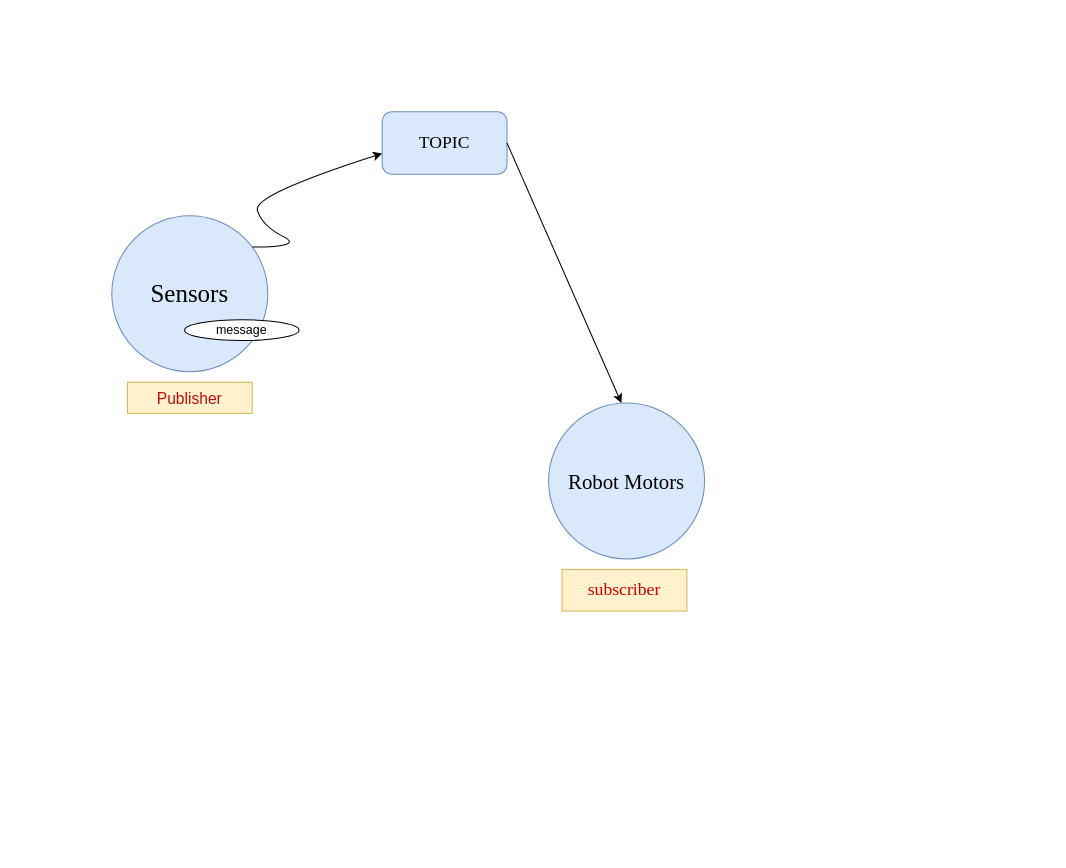
This is robots.drawio from Mahmoud20301/Task1, a draw.io file, before an edit. Source tidied: cells renumbered, new cells numbered last; positions are measured from the earlier drawing's top-left corner, leaving out a move shared by most shapes. Both pictures are drawn from the tidied source at 104%, with x=0, y=0 at pixel (111, 111).
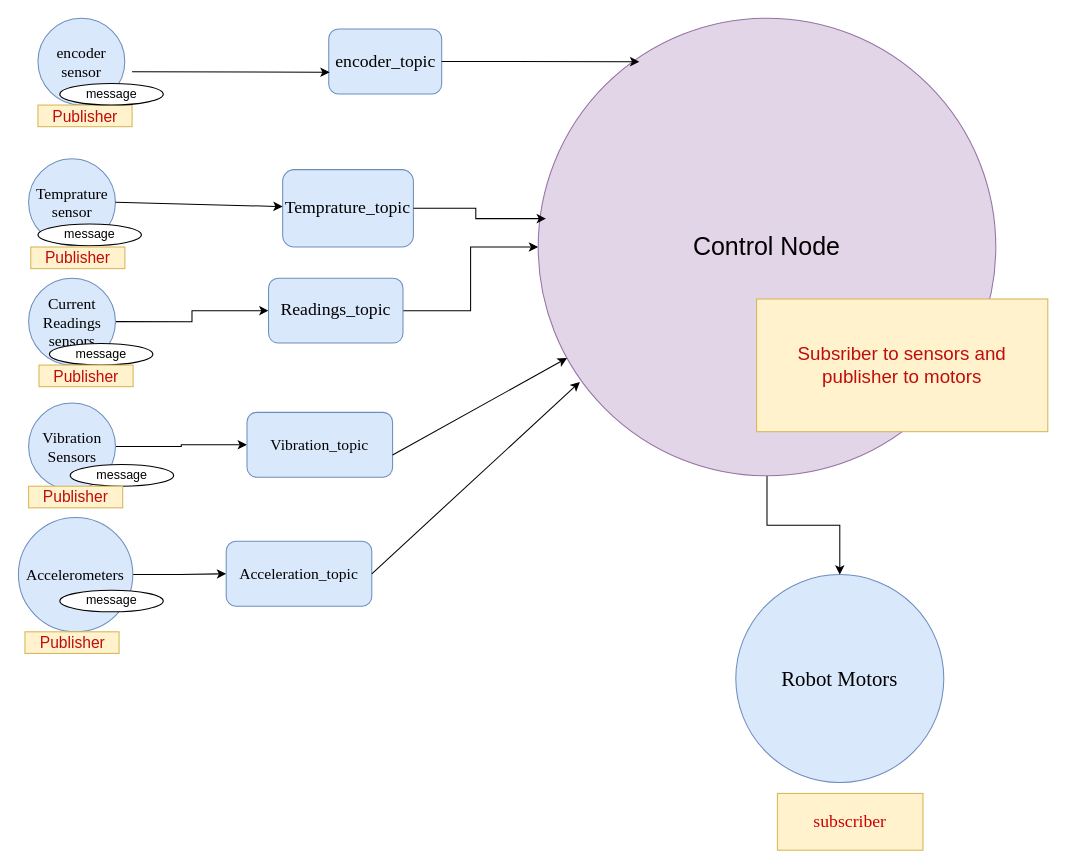
After the change.

What changed in the source:
```diff
@@
+    <mxCell id="7" value="Robot Motors" style="ellipse;whiteSpace=wrap;html=1;fontFamily=Times New Roman;fontSize=20;fillColor=#dae8fc;strokeColor=#6c8ebf;" parent="1" vertex="1">
+      <mxGeometry x="600" y="445" width="200" height="200" as="geometry" />
+    </mxCell>
+    <mxCell id="9" value="subscriber" style="rounded=0;whiteSpace=wrap;html=1;fontFamily=Times New Roman;fontSize=17;fillColor=#fff2cc;strokeColor=#d6b656;fontColor=#CC0000;" parent="1" vertex="1">
+      <mxGeometry x="640" y="655.4" width="140" height="54.6" as="geometry" />
+    </mxCell>
+    <mxCell id="10" style="group;" parent="1" vertex="1">
+      <mxGeometry x="-80" y="-90" width="570" height="260" as="geometry" />
+    </mxCell>
-    <mxCell id="2" value="Sensors" style="ellipse;whiteSpace=wrap;html=1;fontFamily=Times New Roman;fontSize=24;fillColor=#dae8fc;strokeColor=#6c8ebf;" parent="1" vertex="1">
-      <mxGeometry y="100" width="150" height="150" as="geometry" />
+    <mxCell id="2" value="encoder sensor" style="ellipse;whiteSpace=wrap;html=1;fontFamily=Times New Roman;fontSize=15;fillColor=#dae8fc;strokeColor=#6c8ebf;" parent="10" vertex="1">
+      <mxGeometry x="9" width="83.5" height="83.5" as="geometry" />
     </mxCell>
-    <mxCell id="3" value="Publisher" style="text;html=1;align=center;verticalAlign=middle;whiteSpace=wrap;rounded=0;fontSize=15;fillColor=#fff2cc;strokeColor=#d6b656;fontColor=#bf0d0d;" parent="1" vertex="1">
-      <mxGeometry x="15" y="260" width="120" height="30" as="geometry" />
+    <mxCell id="3" value="Publisher" style="text;html=1;align=center;verticalAlign=middle;whiteSpace=wrap;rounded=0;fontSize=15;fillColor=#fff2cc;strokeColor=#d6b656;fontColor=#bf0d0d;" parent="10" vertex="1">
+      <mxGeometry x="9" y="83.5" width="90.5" height="20.8" as="geometry" />
     </mxCell>
-    <mxCell id="4" value="message" style="ellipse;whiteSpace=wrap;html=1;" parent="1" vertex="1">
-      <mxGeometry x="70" y="200" width="110" height="20" as="geometry" />
+    <mxCell id="4" value="message" style="ellipse;whiteSpace=wrap;html=1;" parent="10" vertex="1">
+      <mxGeometry x="30" y="62.7" width="99.5" height="20.8" as="geometry" />
     </mxCell>
-    <mxCell id="5" style="curved=1;endArrow=classic;html=1;rounded=0;" parent="1" edge="1">
-      <mxGeometry relative="1" as="geometry">
-        <mxPoint x="135" y="130" as="sourcePoint" />
-        <mxPoint x="260" y="40" as="targetPoint" />
-        <Array as="points">
-          <mxPoint x="185" y="130" />
-          <mxPoint x="145" y="110" />
-          <mxPoint x="135" y="80" />
-        </Array>
-      </mxGeometry>
-    </mxCell>
-    <mxCell id="6" value="TOPIC" style="rounded=1;whiteSpace=wrap;html=1;fontFamily=Times New Roman;fontSize=17;fillColor=#dae8fc;strokeColor=#6c8ebf;" parent="1" vertex="1">
-      <mxGeometry x="260" width="120" height="60" as="geometry" />
+    <mxCell id="6" value="encoder_topic" style="rounded=1;whiteSpace=wrap;html=1;fontFamily=Times New Roman;fontSize=17;fillColor=#dae8fc;strokeColor=#6c8ebf;" parent="10" vertex="1">
+      <mxGeometry x="288.6" y="10.4" width="108.6" height="62.4" as="geometry" />
     </mxCell>
-    <mxCell id="7" value="Robot Motors" style="ellipse;whiteSpace=wrap;html=1;fontFamily=Times New Roman;fontSize=20;fillColor=#dae8fc;strokeColor=#6c8ebf;" parent="1" vertex="1">
-      <mxGeometry x="420" y="280" width="150" height="150" as="geometry" />
-    </mxCell>
-    <mxCell id="8" style="endArrow=classic;html=1;rounded=0;exitX=1;exitY=0.5;exitDx=0;exitDy=0;" parent="1" edge="1" source="6">
-      <mxGeometry relative="1" as="geometry">
-        <mxPoint x="490" y="280" as="targetPoint" />
-      </mxGeometry>
-    </mxCell>
-    <mxCell id="9" value="subscriber" style="rounded=0;whiteSpace=wrap;html=1;fontFamily=Times New Roman;fontSize=17;fillColor=#fff2cc;strokeColor=#d6b656;fontColor=#CC0000;" parent="1" vertex="1">
-      <mxGeometry x="433" y="440" width="120" height="40" as="geometry" />
-    </mxCell>
+    <mxCell id="11" style="endArrow=classic;html=1;rounded=0;" parent="10" edge="1">
+      <mxGeometry relative="1" as="geometry">
+        <mxPoint x="99.5" y="51.5" as="sourcePoint" />
+        <mxPoint x="289.5" y="52" as="targetPoint" />
+      </mxGeometry>
+    </mxCell>
+    <mxCell id="12" value="Temprature sensor" style="ellipse;whiteSpace=wrap;html=1;fontFamily=Times New Roman;fontSize=15;fillColor=#dae8fc;strokeColor=#6c8ebf;" parent="10" vertex="1">
+      <mxGeometry y="135.2" width="83.5" height="83.5" as="geometry" />
+    </mxCell>
+    <mxCell id="13" value="message" style="ellipse;whiteSpace=wrap;html=1;" parent="10" vertex="1">
+      <mxGeometry x="9" y="197.9" width="99.5" height="20.8" as="geometry" />
+    </mxCell>
+    <mxCell id="14" value="Publisher" style="text;html=1;align=center;verticalAlign=middle;whiteSpace=wrap;rounded=0;fontSize=15;fillColor=#fff2cc;strokeColor=#d6b656;fontColor=#bf0d0d;" parent="10" vertex="1">
+      <mxGeometry x="2.1" y="220" width="90.5" height="20.8" as="geometry" />
+    </mxCell>
+    <mxCell id="15" value="Temprature_topic" style="rounded=1;whiteSpace=wrap;html=1;fontFamily=Times New Roman;fontSize=17;fillColor=#dae8fc;strokeColor=#6c8ebf;" parent="10" vertex="1">
+      <mxGeometry x="244.3" y="145.6" width="125.7" height="74.4" as="geometry" />
+    </mxCell>
+    <mxCell id="16" style="endArrow=classic;html=1;rounded=0;exitX=1;exitY=0.5;exitDx=0;exitDy=0;" parent="10" edge="1" source="12" target="15">
+      <mxGeometry relative="1" as="geometry" />
+    </mxCell>
+    <mxCell id="17" style="edgeStyle=orthogonalEdgeStyle;rounded=0;jettySize=auto;html=1;exitX=1;exitY=0.5;exitDx=0;exitDy=0;entryX=0;entryY=0.5;entryDx=0;entryDy=0;" parent="1" edge="1" source="18" target="22">
+      <mxGeometry relative="1" as="geometry" />
+    </mxCell>
+    <mxCell id="18" value="Current Readings sensors" style="ellipse;whiteSpace=wrap;html=1;fontFamily=Times New Roman;fontSize=15;fillColor=#dae8fc;strokeColor=#6c8ebf;" parent="1" vertex="1">
+      <mxGeometry x="-80" y="160" width="83.5" height="83.5" as="geometry" />
+    </mxCell>
+    <mxCell id="19" value="message" style="ellipse;whiteSpace=wrap;html=1;" parent="1" vertex="1">
+      <mxGeometry x="-60" y="222.7" width="99.5" height="20.8" as="geometry" />
+    </mxCell>
+    <mxCell id="20" value="Publisher" style="text;html=1;align=center;verticalAlign=middle;whiteSpace=wrap;rounded=0;fontSize=15;fillColor=#fff2cc;strokeColor=#d6b656;fontColor=#bf0d0d;" parent="1" vertex="1">
+      <mxGeometry x="-70" y="243.5" width="90.5" height="20.8" as="geometry" />
+    </mxCell>
+    <mxCell id="21" style="edgeStyle=orthogonalEdgeStyle;rounded=0;jettySize=auto;html=1;exitX=1;exitY=0.5;exitDx=0;exitDy=0;" parent="1" edge="1" source="22" target="26">
+      <mxGeometry relative="1" as="geometry" />
+    </mxCell>
+    <mxCell id="22" value="Readings_topic" style="rounded=1;whiteSpace=wrap;html=1;fontFamily=Times New Roman;fontSize=17;fillColor=#dae8fc;strokeColor=#6c8ebf;" parent="1" vertex="1">
+      <mxGeometry x="150.7" y="160" width="129.3" height="62.4" as="geometry" />
+    </mxCell>
+    <mxCell id="23" style="edgeStyle=orthogonalEdgeStyle;rounded=0;jettySize=auto;html=1;exitX=1;exitY=0.5;exitDx=0;exitDy=0;" parent="1" edge="1" source="24" target="30">
+      <mxGeometry relative="1" as="geometry" />
+    </mxCell>
+    <mxCell id="24" value="Vibration Sensors" style="ellipse;whiteSpace=wrap;html=1;fontFamily=Times New Roman;fontSize=15;fillColor=#dae8fc;strokeColor=#6c8ebf;" parent="1" vertex="1">
+      <mxGeometry x="-80" y="280" width="83.5" height="83.5" as="geometry" />
+    </mxCell>
+    <mxCell id="25" style="edgeStyle=orthogonalEdgeStyle;rounded=0;jettySize=auto;html=1;exitX=0.5;exitY=1;exitDx=0;exitDy=0;entryX=0.5;entryY=0;entryDx=0;entryDy=0;" parent="1" edge="1" source="26" target="7">
+      <mxGeometry relative="1" as="geometry" />
+    </mxCell>
+    <mxCell id="26" value="Control Node" style="ellipse;whiteSpace=wrap;html=1;fontSize=24;fillColor=#e1d5e7;strokeColor=#9673a6;" parent="1" vertex="1">
+      <mxGeometry x="410" y="-90" width="440" height="440" as="geometry" />
+    </mxCell>
+    <mxCell id="27" style="edgeStyle=orthogonalEdgeStyle;rounded=0;jettySize=auto;html=1;exitX=1;exitY=0.5;exitDx=0;exitDy=0;entryX=0.221;entryY=0.095;entryDx=0;entryDy=0;entryPerimeter=0;" parent="1" edge="1" source="6" target="26">
+      <mxGeometry relative="1" as="geometry" />
+    </mxCell>
+    <mxCell id="28" value="message" style="ellipse;whiteSpace=wrap;html=1;" parent="1" vertex="1">
+      <mxGeometry x="-40" y="339.2" width="99.5" height="20.8" as="geometry" />
+    </mxCell>
+    <mxCell id="29" value="Publisher" style="text;html=1;align=center;verticalAlign=middle;whiteSpace=wrap;rounded=0;fontSize=15;fillColor=#fff2cc;strokeColor=#d6b656;fontColor=#bf0d0d;" parent="1" vertex="1">
+      <mxGeometry x="-80" y="360" width="90.5" height="20.8" as="geometry" />
+    </mxCell>
+    <mxCell id="30" value="Vibration_topic" style="rounded=1;whiteSpace=wrap;html=1;fontFamily=Times New Roman;fontSize=15;fillColor=#dae8fc;strokeColor=#6c8ebf;" parent="1" vertex="1">
+      <mxGeometry x="130" y="289" width="140" height="62.4" as="geometry" />
+    </mxCell>
+    <mxCell id="31" style="edgeStyle=orthogonalEdgeStyle;rounded=0;jettySize=auto;html=1;exitX=1;exitY=0.5;exitDx=0;exitDy=0;entryX=0.017;entryY=0.438;entryDx=0;entryDy=0;entryPerimeter=0;" parent="1" edge="1" source="15" target="26">
+      <mxGeometry relative="1" as="geometry" />
+    </mxCell>
+    <mxCell id="32" style="endArrow=classic;html=1;rounded=0;" parent="1" edge="1" target="26">
+      <mxGeometry relative="1" as="geometry">
+        <mxPoint x="270" y="330" as="sourcePoint" />
+      </mxGeometry>
+    </mxCell>
+    <mxCell id="33" style="edgeStyle=orthogonalEdgeStyle;rounded=0;jettySize=auto;html=1;exitX=1;exitY=0.5;exitDx=0;exitDy=0;entryX=0;entryY=0.5;entryDx=0;entryDy=0;" parent="1" edge="1" source="34" target="37">
+      <mxGeometry relative="1" as="geometry" />
+    </mxCell>
+    <mxCell id="34" value="Accelerometers" style="ellipse;whiteSpace=wrap;html=1;fontFamily=Times New Roman;fontSize=15;fillColor=#dae8fc;strokeColor=#6c8ebf;" parent="1" vertex="1">
+      <mxGeometry x="-89.8" y="390" width="110" height="110" as="geometry" />
+    </mxCell>
+    <mxCell id="35" value="message" style="ellipse;whiteSpace=wrap;html=1;" parent="1" vertex="1">
+      <mxGeometry x="-50" y="460" width="99.5" height="20.8" as="geometry" />
+    </mxCell>
+    <mxCell id="36" value="Publisher" style="text;html=1;align=center;verticalAlign=middle;whiteSpace=wrap;rounded=0;fontSize=15;fillColor=#fff2cc;strokeColor=#d6b656;fontColor=#bf0d0d;" parent="1" vertex="1">
+      <mxGeometry x="-83.5" y="500" width="90.5" height="20.8" as="geometry" />
+    </mxCell>
+    <mxCell id="37" value="Acceleration_topic" style="rounded=1;whiteSpace=wrap;html=1;fontFamily=Times New Roman;fontSize=15;fillColor=#dae8fc;strokeColor=#6c8ebf;" parent="1" vertex="1">
+      <mxGeometry x="110" y="413" width="140" height="62.4" as="geometry" />
+    </mxCell>
+    <mxCell id="38" style="endArrow=classic;html=1;rounded=0;exitX=1;exitY=0.5;exitDx=0;exitDy=0;entryX=0.091;entryY=0.795;entryDx=0;entryDy=0;entryPerimeter=0;" parent="1" edge="1" source="37" target="26">
+      <mxGeometry relative="1" as="geometry" />
+    </mxCell>
+    <mxCell id="39" value="Subsriber to sensors and publisher to motors" style="text;html=1;align=center;verticalAlign=middle;whiteSpace=wrap;rounded=0;fontSize=18;fillColor=#fff2cc;strokeColor=#d6b656;fontColor=#bf0d0d;" parent="1" vertex="1">
+      <mxGeometry x="620" y="180" width="280" height="127.6" as="geometry" />
+    </mxCell>
```
